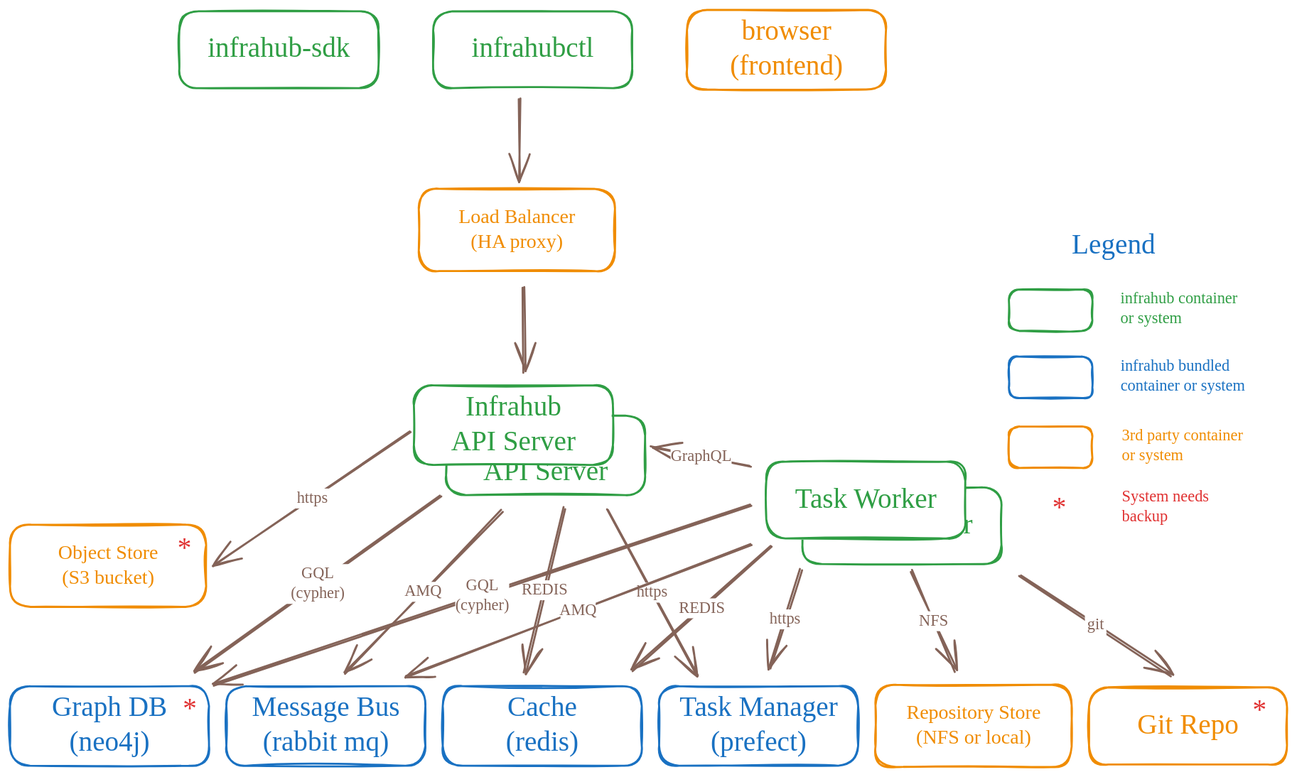
Above: docs/docs/media/high_level_architecture_ha.excalidraw.svg in opsmill/infrahub-docs (Excalidraw), before the change. Source tidied: one line per element, renumbered; positions are measured from the earlier drawing's top-left corner, leaving out a move shared by most shapes.
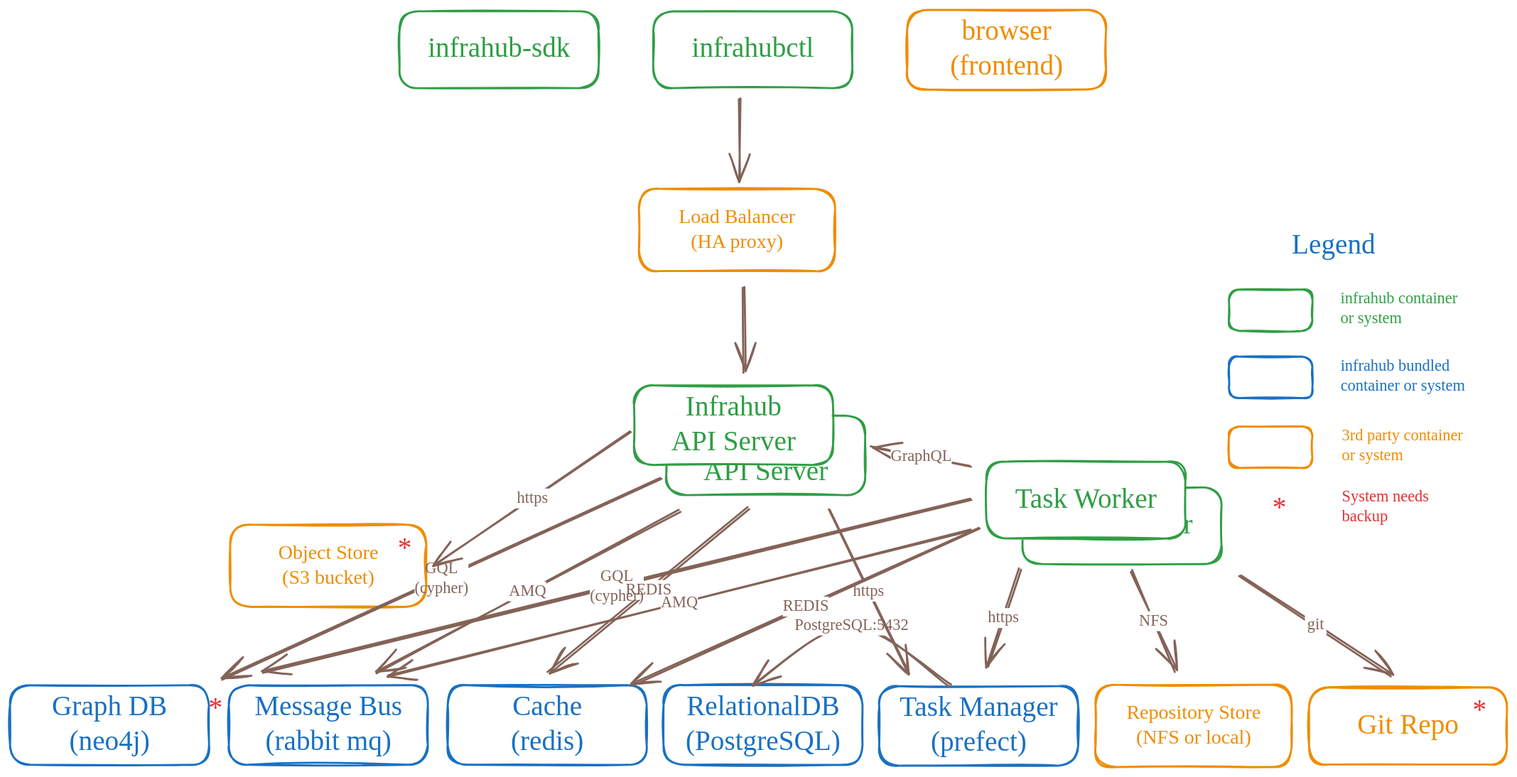
After the change.

What changed in the source:
```diff
@@ -8,12 +8,12 @@
 {"id": 7, "type": "text", "text": "Infrahub\nAPI Server", "strokeColor": "#2f9e44", "strokeWidth": 2, "roughness": 1, "fontSize": 28, "fontFamily": 5, "textAlign": "center", "verticalAlign": "middle", "inside": 6, "x": 463, "y": 413, "width": 150, "height": 70}
 {"id": 8, "type": "rectangle", "strokeColor": "#2f9e44", "backgroundColor": "#ffffff", "fillStyle": "solid", "strokeWidth": 2, "roughness": 1, "round": true, "x": 406, "y": 378, "width": 200, "height": 80}
 {"id": 9, "type": "text", "text": "Infrahub\nAPI Server", "strokeColor": "#2f9e44", "strokeWidth": 2, "roughness": 1, "fontSize": 28, "fontFamily": 5, "textAlign": "center", "verticalAlign": "middle", "inside": 8, "x": 431, "y": 383, "width": 150, "height": 70}
-{"id": 10, "type": "rectangle", "strokeColor": "#1971c2", "strokeWidth": 2, "roughness": 1, "round": true, "x": 0, "y": 680, "width": 200, "height": 80}
+{"id": 10, "type": "rectangle", "strokeColor": "#1971c2", "strokeWidth": 2, "roughness": 1, "round": true, "x": -221, "y": 679, "width": 200, "height": 80}
-{"id": 11, "type": "text", "text": "Graph DB\n(neo4j)", "strokeColor": "#1971c2", "strokeWidth": 2, "roughness": 1, "fontSize": 28, "fontFamily": 5, "textAlign": "center", "verticalAlign": "middle", "inside": 10, "x": 33, "y": 685, "width": 134, "height": 70}
+{"id": 11, "type": "text", "text": "Graph DB\n(neo4j)", "strokeColor": "#1971c2", "strokeWidth": 2, "roughness": 1, "fontSize": 28, "fontFamily": 5, "textAlign": "center", "verticalAlign": "middle", "inside": 10, "x": -188, "y": 684, "width": 134, "height": 70}
-{"id": 12, "type": "rectangle", "strokeColor": "#1971c2", "strokeWidth": 2, "roughness": 1, "round": true, "x": 217, "y": 680, "width": 200, "height": 80}
+{"id": 12, "type": "rectangle", "strokeColor": "#1971c2", "strokeWidth": 2, "roughness": 1, "round": true, "x": -1, "y": 679, "width": 200, "height": 80}
-{"id": 13, "type": "text", "text": "Message Bus\n(rabbit mq)", "strokeColor": "#1971c2", "strokeWidth": 2, "roughness": 1, "fontSize": 28, "fontFamily": 5, "textAlign": "center", "verticalAlign": "middle", "inside": 12, "x": 229, "y": 685, "width": 177, "height": 70}
+{"id": 13, "type": "text", "text": "Message Bus\n(rabbit mq)", "strokeColor": "#1971c2", "strokeWidth": 2, "roughness": 1, "fontSize": 28, "fontFamily": 5, "textAlign": "center", "verticalAlign": "middle", "inside": 12, "x": 10, "y": 684, "width": 177, "height": 70}
-{"id": 14, "type": "rectangle", "strokeColor": "#1971c2", "strokeWidth": 2, "roughness": 1, "round": true, "x": 435, "y": 680, "width": 200, "height": 80}
+{"id": 14, "type": "rectangle", "strokeColor": "#1971c2", "strokeWidth": 2, "roughness": 1, "round": true, "x": 219, "y": 679, "width": 200, "height": 80}
-{"id": 15, "type": "text", "text": "Cache\n(redis)", "strokeColor": "#1971c2", "strokeWidth": 2, "roughness": 1, "fontSize": 28, "fontFamily": 5, "textAlign": "center", "verticalAlign": "middle", "inside": 14, "x": 491, "y": 685, "width": 89, "height": 70}
+{"id": 15, "type": "text", "text": "Cache\n(redis)", "strokeColor": "#1971c2", "strokeWidth": 2, "roughness": 1, "fontSize": 28, "fontFamily": 5, "textAlign": "center", "verticalAlign": "middle", "inside": 14, "x": 274, "y": 684, "width": 89, "height": 70}
 {"id": 16, "type": "rectangle", "strokeColor": "#f08c00", "strokeWidth": 2, "roughness": 1, "round": true, "x": 870, "y": 679, "width": 197, "height": 83}
 {"id": 17, "type": "text", "text": "Repository Store\n(NFS or local)", "strokeColor": "#f08c00", "strokeWidth": 2, "roughness": 1, "fontSize": 20, "fontFamily": 5, "textAlign": "center", "verticalAlign": "middle", "inside": 16, "x": 884, "y": 695, "width": 169, "height": 50}
 {"id": 18, "type": "rectangle", "strokeColor": "#f08c00", "strokeWidth": 2, "roughness": 1, "round": true, "x": 1085, "y": 681, "width": 199, "height": 78}
@@ -37,32 +37,36 @@
 {"id": 36, "type": "text", "text": "Object Store\n(S3 bucket)", "strokeColor": "#f08c00", "strokeWidth": 2, "roughness": 1, "fontSize": 20, "fontFamily": 5, "textAlign": "center", "verticalAlign": "middle", "inside": 35, "x": 35, "y": 534, "width": 126, "height": 50}
 {"id": 37, "type": "arrow", "strokeColor": "#846358", "backgroundColor": "#ffffff", "fillStyle": "solid", "strokeWidth": 2, "roughness": 1, "endArrowhead": "arrow", "round": true, "from": 8, "to": 35, "x": 402, "y": 424, "width": 196, "height": 135, "points": [[0, 0], [-196, 135]]}
 {"id": 38, "type": "text", "text": "https", "strokeColor": "#846358", "backgroundColor": "#ffffff", "fillStyle": "solid", "strokeWidth": 2, "roughness": 1, "fontSize": 16, "fontFamily": 5, "textAlign": "center", "verticalAlign": "middle", "inside": 37, "x": 236, "y": 518, "width": 45, "height": 20}
-{"id": 39, "type": "arrow", "strokeColor": "#846358", "backgroundColor": "#ffffff", "fillStyle": "solid", "strokeWidth": 2, "roughness": 1, "endArrowhead": "arrow", "round": true, "from": 6, "to": 10, "x": 434, "y": 489, "width": 249, "height": 177, "points": [[0, 0], [-249, 177]]}
+{"id": 39, "type": "arrow", "strokeColor": "#846358", "backgroundColor": "#ffffff", "fillStyle": "solid", "strokeWidth": 2, "roughness": 1, "endArrowhead": "arrow", "round": true, "from": 6, "to": 10, "x": 434, "y": 471, "width": 443, "height": 202, "points": [[0, 0], [-443, 202]]}
-{"id": 40, "type": "text", "text": "GQL\n(cypher)", "strokeColor": "#846358", "backgroundColor": "#ffffff", "fillStyle": "solid", "strokeWidth": 2, "roughness": 1, "fontSize": 16, "fontFamily": 5, "textAlign": "center", "verticalAlign": "middle", "inside": 39, "x": 331, "y": 552, "width": 63, "height": 40}
+{"id": 40, "type": "text", "text": "GQL\n(cypher)", "strokeColor": "#846358", "backgroundColor": "#ffffff", "fillStyle": "solid", "strokeWidth": 2, "roughness": 1, "fontSize": 16, "fontFamily": 5, "textAlign": "center", "verticalAlign": "middle", "inside": 39, "x": 331, "y": 552, "width": 54, "height": 40}
-{"id": 41, "type": "arrow", "strokeColor": "#846358", "backgroundColor": "#ffffff", "fillStyle": "solid", "strokeWidth": 2, "roughness": 1, "endArrowhead": "arrow", "round": true, "from": 6, "to": 12, "x": 495, "y": 504, "width": 159, "height": 163, "points": [[0, 0], [-159, 163]]}
+{"id": 41, "type": "arrow", "strokeColor": "#846358", "backgroundColor": "#ffffff", "fillStyle": "solid", "strokeWidth": 2, "roughness": 1, "endArrowhead": "arrow", "round": true, "from": 6, "to": 12, "x": 452, "y": 504, "width": 306, "height": 162, "points": [[0, 0], [-306, 162]]}
-{"id": 42, "type": "text", "text": "AMQ", "strokeColor": "#846358", "backgroundColor": "#ffffff", "fillStyle": "solid", "strokeWidth": 2, "roughness": 1, "fontSize": 16, "fontFamily": 5, "textAlign": "center", "verticalAlign": "middle", "inside": 41, "x": 499, "y": 566, "width": 35, "height": 20}
+{"id": 42, "type": "text", "text": "AMQ", "strokeColor": "#846358", "backgroundColor": "#ffffff", "fillStyle": "solid", "strokeWidth": 2, "roughness": 1, "fontSize": 16, "fontFamily": 5, "textAlign": "center", "verticalAlign": "middle", "inside": 41, "x": 499, "y": 566, "width": 37, "height": 20}
-{"id": 43, "type": "arrow", "strokeColor": "#846358", "backgroundColor": "#ffffff", "fillStyle": "solid", "strokeWidth": 2, "roughness": 1, "endArrowhead": "arrow", "round": true, "from": 33, "to": 12, "x": 745, "y": 538, "width": 348, "height": 132, "points": [[0, 0], [-348, 132]]}
+{"id": 43, "type": "arrow", "strokeColor": "#846358", "backgroundColor": "#ffffff", "fillStyle": "solid", "strokeWidth": 2, "roughness": 1, "endArrowhead": "arrow", "round": true, "from": 33, "to": 12, "x": 745, "y": 524, "width": 587, "height": 146, "points": [[0, 0], [-587, 146]]}
-{"id": 44, "type": "text", "text": "AMQ", "strokeColor": "#846358", "backgroundColor": "#ffffff", "fillStyle": "solid", "strokeWidth": 2, "roughness": 1, "fontSize": 16, "fontFamily": 5, "textAlign": "center", "verticalAlign": "middle", "inside": 43, "x": 507, "y": 558, "width": 35, "height": 20}
+{"id": 44, "type": "text", "text": "AMQ", "strokeColor": "#846358", "backgroundColor": "#ffffff", "fillStyle": "solid", "strokeWidth": 2, "roughness": 1, "fontSize": 16, "fontFamily": 5, "textAlign": "center", "verticalAlign": "middle", "inside": 43, "x": 507, "y": 558, "width": 37, "height": 20}
-{"id": 45, "type": "arrow", "strokeColor": "#846358", "backgroundColor": "#ffffff", "fillStyle": "solid", "strokeWidth": 2, "roughness": 1, "endArrowhead": "arrow", "round": true, "from": 6, "to": 14, "x": 557, "y": 501, "width": 40, "height": 165, "points": [[0, 0], [-40, 165]]}
+{"id": 45, "type": "arrow", "strokeColor": "#846358", "backgroundColor": "#ffffff", "fillStyle": "solid", "strokeWidth": 2, "roughness": 1, "endArrowhead": "arrow", "round": true, "from": 6, "to": 14, "x": 521, "y": 501, "width": 201, "height": 165, "points": [[0, 0], [-201, 165]]}
-{"id": 46, "type": "text", "text": "REDIS", "strokeColor": "#846358", "backgroundColor": "#ffffff", "fillStyle": "solid", "strokeWidth": 2, "roughness": 1, "fontSize": 16, "fontFamily": 5, "textAlign": "center", "verticalAlign": "middle", "inside": 45, "x": 634, "y": 542, "width": 55, "height": 20}
+{"id": 46, "type": "text", "text": "REDIS", "strokeColor": "#846358", "backgroundColor": "#ffffff", "fillStyle": "solid", "strokeWidth": 2, "roughness": 1, "fontSize": 16, "fontFamily": 5, "textAlign": "center", "verticalAlign": "middle", "inside": 45, "x": 634, "y": 542, "width": 46, "height": 20}
 {"id": 47, "type": "arrow", "strokeColor": "#846358", "backgroundColor": "#ffffff", "fillStyle": "solid", "strokeWidth": 2, "roughness": 1, "endArrowhead": "arrow", "round": true, "from": 31, "to": 16, "x": 906, "y": 564, "width": 44, "height": 102, "points": [[0, 0], [44, 102]]}
 {"id": 48, "type": "text", "text": "NFS", "strokeColor": "#846358", "backgroundColor": "#ffffff", "fillStyle": "solid", "strokeWidth": 2, "roughness": 1, "fontSize": 16, "fontFamily": 5, "textAlign": "center", "verticalAlign": "middle", "inside": 47, "x": 940, "y": 632, "width": 31, "height": 20}
 {"id": 49, "type": "arrow", "strokeColor": "#846358", "backgroundColor": "#ffffff", "fillStyle": "solid", "strokeWidth": 2, "roughness": 1, "endArrowhead": "arrow", "round": true, "from": 31, "to": 18, "x": 1015, "y": 568, "width": 153, "height": 101, "points": [[0, 0], [153, 101]]}
 {"id": 50, "type": "text", "text": "git", "strokeColor": "#846358", "backgroundColor": "#ffffff", "fillStyle": "solid", "strokeWidth": 2, "roughness": 1, "fontSize": 16, "fontFamily": 5, "textAlign": "center", "verticalAlign": "middle", "inside": 49, "x": 1122, "y": 625, "width": 22, "height": 20}
-{"id": 51, "type": "arrow", "strokeColor": "#846358", "backgroundColor": "#ffffff", "fillStyle": "solid", "strokeWidth": 2, "roughness": 1, "startArrowhead": "arrow", "round": true, "from": 27, "to": 31, "x": 763, "y": 663, "width": 32, "height": 101, "points": [[0, 0], [32, -101]]}
+{"id": 51, "type": "arrow", "strokeColor": "#846358", "backgroundColor": "#ffffff", "fillStyle": "solid", "strokeWidth": 2, "roughness": 1, "startArrowhead": "arrow", "round": true, "from": 27, "to": 31, "x": 761, "y": 661, "width": 33, "height": 99, "points": [[0, 0], [33, -99]]}
-{"id": 52, "type": "text", "text": "https", "strokeColor": "#846358", "backgroundColor": "#ffffff", "fillStyle": "solid", "strokeWidth": 2, "roughness": 1, "fontSize": 16, "fontFamily": 5, "textAlign": "center", "verticalAlign": "middle", "inside": 51, "x": 236, "y": 518, "width": 45, "height": 20}
+{"id": 52, "type": "text", "text": "https", "strokeColor": "#846358", "backgroundColor": "#ffffff", "fillStyle": "solid", "strokeWidth": 2, "roughness": 1, "fontSize": 16, "fontFamily": 5, "textAlign": "center", "verticalAlign": "middle", "inside": 51, "x": 236, "y": 518, "width": 31, "height": 20}
-{"id": 53, "type": "arrow", "strokeColor": "#846358", "backgroundColor": "#ffffff", "fillStyle": "solid", "strokeWidth": 2, "roughness": 1, "endArrowhead": "arrow", "round": true, "from": 6, "to": 27, "x": 600, "y": 502, "width": 91, "height": 168, "points": [[0, 0], [91, 168]]}
+{"id": 53, "type": "arrow", "strokeColor": "#846358", "backgroundColor": "#ffffff", "fillStyle": "solid", "strokeWidth": 2, "roughness": 1, "endArrowhead": "arrow", "round": true, "from": 6, "to": 27, "x": 602, "y": 502, "width": 80, "height": 166, "points": [[0, 0], [80, 166]]}
-{"id": 54, "type": "text", "text": "https", "strokeColor": "#846358", "backgroundColor": "#ffffff", "fillStyle": "solid", "strokeWidth": 2, "roughness": 1, "fontSize": 16, "fontFamily": 5, "textAlign": "center", "verticalAlign": "middle", "inside": 53, "x": 663, "y": 425, "width": 45, "height": 20}
+{"id": 54, "type": "text", "text": "https", "strokeColor": "#846358", "backgroundColor": "#ffffff", "fillStyle": "solid", "strokeWidth": 2, "roughness": 1, "fontSize": 16, "fontFamily": 5, "textAlign": "center", "verticalAlign": "middle", "inside": 53, "x": 663, "y": 425, "width": 31, "height": 20}
 {"id": 55, "type": "rectangle", "strokeColor": "#f08c00", "strokeWidth": 2, "roughness": 1, "round": true, "x": 411, "y": 180, "width": 197, "height": 83}
 {"id": 56, "type": "text", "text": "Load Balancer\n(HA proxy)", "strokeColor": "#f08c00", "strokeWidth": 2, "roughness": 1, "fontSize": 20, "fontFamily": 5, "textAlign": "center", "verticalAlign": "middle", "inside": 55, "x": 441, "y": 196, "width": 137, "height": 50}
 {"id": 57, "type": "text", "text": "System needs\nbackup", "strokeColor": "#e03131", "backgroundColor": "#ffffff", "fillStyle": "solid", "strokeWidth": 2, "roughness": 1, "fontSize": 16, "fontFamily": 5, "x": 1118, "y": 480, "width": 88, "height": 40}
 {"id": 58, "type": "text", "text": "*", "strokeColor": "#e03131", "backgroundColor": "#ffffff", "fillStyle": "solid", "strokeWidth": 2, "roughness": 1, "fontSize": 28, "fontFamily": 5, "x": 168, "y": 525, "width": 14, "height": 35}
 {"id": 59, "type": "text", "text": "*", "strokeColor": "#e03131", "backgroundColor": "#ffffff", "fillStyle": "solid", "strokeWidth": 2, "roughness": 1, "fontSize": 28, "fontFamily": 5, "x": 1048, "y": 485, "width": 14, "height": 35}
-{"id": 60, "type": "text", "text": "*", "strokeColor": "#e03131", "backgroundColor": "#ffffff", "fillStyle": "solid", "strokeWidth": 2, "roughness": 1, "fontSize": 28, "fontFamily": 5, "x": 174, "y": 687, "width": 14, "height": 35}
+{"id": 60, "type": "text", "text": "*", "strokeColor": "#e03131", "backgroundColor": "#ffffff", "fillStyle": "solid", "strokeWidth": 2, "roughness": 1, "fontSize": 28, "fontFamily": 5, "x": -22, "y": 686, "width": 14, "height": 35}
 {"id": 61, "type": "text", "text": "*", "strokeColor": "#e03131", "backgroundColor": "#ffffff", "fillStyle": "solid", "strokeWidth": 2, "roughness": 1, "fontSize": 28, "fontFamily": 5, "x": 1249, "y": 688, "width": 14, "height": 35}
 {"id": 62, "type": "arrow", "strokeColor": "#846358", "backgroundColor": "#ffffff", "fillStyle": "solid", "strokeWidth": 2, "roughness": 1, "endArrowhead": "arrow", "round": true, "from": 33, "to": 6, "x": 745, "y": 459, "width": 100, "height": 20, "points": [[0, 0], [-100, -20]]}
 {"id": 63, "type": "text", "text": "GraphQL", "strokeColor": "#846358", "backgroundColor": "#ffffff", "fillStyle": "solid", "strokeWidth": 2, "roughness": 1, "fontSize": 16, "fontFamily": 5, "textAlign": "center", "verticalAlign": "middle", "inside": 62, "x": 664, "y": 439, "width": 61, "height": 20}
-{"id": 64, "type": "arrow", "strokeColor": "#846358", "backgroundColor": "#ffffff", "fillStyle": "solid", "strokeWidth": 2, "roughness": 1, "endArrowhead": "arrow", "round": true, "from": 33, "to": 12, "x": 745, "y": 499, "width": 540, "height": 180, "points": [[0, 0], [-540, 180]]}
+{"id": 64, "type": "arrow", "strokeColor": "#846358", "backgroundColor": "#ffffff", "fillStyle": "solid", "strokeWidth": 2, "roughness": 1, "endArrowhead": "arrow", "round": true, "from": 33, "to": 12, "x": 745, "y": 493, "width": 712, "height": 173, "points": [[0, 0], [-712, 173]]}
 {"id": 65, "type": "text", "text": "GQL\n(cypher)", "strokeColor": "#846358", "backgroundColor": "#ffffff", "fillStyle": "solid", "strokeWidth": 2, "roughness": 1, "fontSize": 16, "fontFamily": 5, "textAlign": "center", "verticalAlign": "middle", "inside": 64, "x": 331, "y": 552, "width": 54, "height": 40}
-{"id": 66, "type": "arrow", "strokeColor": "#846358", "backgroundColor": "#ffffff", "fillStyle": "solid", "strokeWidth": 2, "roughness": 1, "endArrowhead": "arrow", "round": true, "from": 33, "to": 14, "x": 765, "y": 539, "width": 138, "height": 125, "points": [[0, 0], [-138, 125]]}
+{"id": 66, "type": "arrow", "strokeColor": "#846358", "backgroundColor": "#ffffff", "fillStyle": "solid", "strokeWidth": 2, "roughness": 1, "endArrowhead": "arrow", "round": true, "from": 33, "to": 14, "x": 753, "y": 521, "width": 348, "height": 158, "points": [[0, 0], [-348, 158]]}
 {"id": 67, "type": "text", "text": "REDIS", "strokeColor": "#846358", "backgroundColor": "#ffffff", "fillStyle": "solid", "strokeWidth": 2, "roughness": 1, "fontSize": 16, "fontFamily": 5, "textAlign": "center", "verticalAlign": "middle", "inside": 66, "x": 634, "y": 542, "width": 46, "height": 20}
+{"id": 68, "type": "rectangle", "strokeColor": "#1971c2", "strokeWidth": 2, "roughness": 1, "round": true, "x": 436, "y": 679, "width": 200, "height": 80}
+{"id": 69, "type": "text", "text": "RelationalDB\n(PostgreSQL)", "strokeColor": "#1971c2", "strokeWidth": 2, "roughness": 1, "fontSize": 28, "fontFamily": 5, "textAlign": "center", "verticalAlign": "middle", "inside": 68, "x": 458, "y": 684, "width": 156, "height": 70}
+{"id": 70, "type": "arrow", "strokeColor": "#846358", "backgroundColor": "#ffffff", "fillStyle": "solid", "strokeWidth": 2, "roughness": 1, "endArrowhead": "arrow", "round": true, "from": 27, "to": 68, "x": 725, "y": 679, "width": 200, "height": 60, "points": [[0, 0], [-100, -60], [-200, 0]]}
+{"id": 71, "type": "text", "text": "PostgreSQL:5432", "strokeColor": "#846358", "backgroundColor": "#ffffff", "fillStyle": "solid", "strokeWidth": 2, "roughness": 1, "fontSize": 16, "fontFamily": 5, "textAlign": "center", "verticalAlign": "middle", "inside": 70, "x": 547, "y": 629, "width": 115, "height": 20}
```
